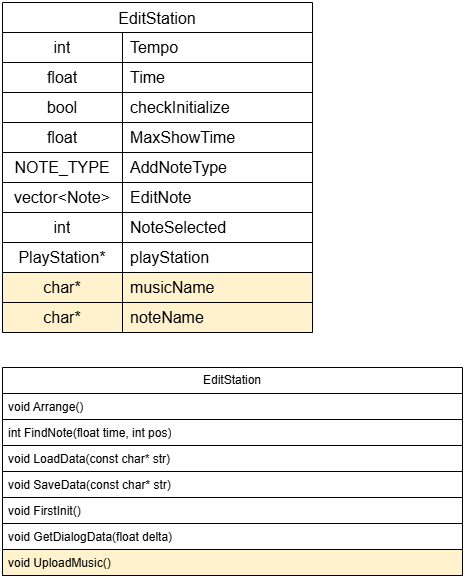
Above: drawio/EditStation.drawio.png in rmrgns/NetGameTeamProject (draw.io), before the change. Source tidied: cells renumbered, new cells last; positions are measured from the earlier drawing's top-left corner, leaving out a move shared by most shapes.
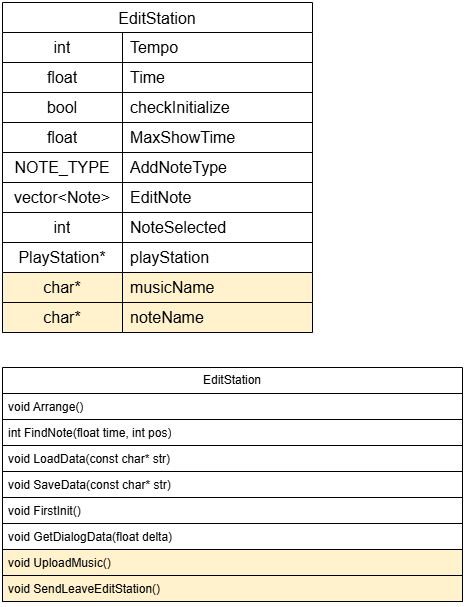
The same file after the commit.

Change to the diagram source:
```diff
@@ -3,7 +3,7 @@
     <mxCell id="0" />
     <mxCell id="1" parent="0" />
     <mxCell id="2" value="EditStation" style="swimlane;fontStyle=0;horizontal=1;startSize=26;fillColor=none;whiteSpace=wrap;html=1;" parent="1" vertex="1">
-      <mxGeometry y="365" width="460" height="208" as="geometry" />
+      <mxGeometry y="365" width="460" height="234" as="geometry" />
     </mxCell>
     <mxCell id="3" value="void Arrange()" style="text;strokeColor=default;fillColor=none;align=left;verticalAlign=top;spacingLeft=4;spacingRight=4;overflow=hidden;whiteSpace=wrap;html=1;" parent="2" vertex="1">
       <mxGeometry y="26" width="460" height="26" as="geometry" />
@@ -26,6 +26,9 @@
     <mxCell id="9" value="void UploadMusic()" style="text;strokeColor=default;fillColor=#fff2cc;align=left;verticalAlign=top;spacingLeft=4;spacingRight=4;overflow=hidden;whiteSpace=wrap;html=1;" parent="2" vertex="1">
       <mxGeometry y="182" width="460" height="26" as="geometry" />
     </mxCell>
+    <mxCell id="41" value="void SendLeaveEditStation()" style="text;strokeColor=default;fillColor=#fff2cc;align=left;verticalAlign=top;spacingLeft=4;spacingRight=4;overflow=hidden;whiteSpace=wrap;html=1;" parent="2" vertex="1">
+      <mxGeometry y="208" width="460" height="26" as="geometry" />
+    </mxCell>
     <mxCell id="10" value="EditStation" style="shape=table;startSize=30;rowLines=0;fontStyle=0;strokeColor=default;fontSize=16;" parent="1" vertex="1">
       <mxGeometry width="310" height="330" as="geometry" />
     </mxCell>
```
